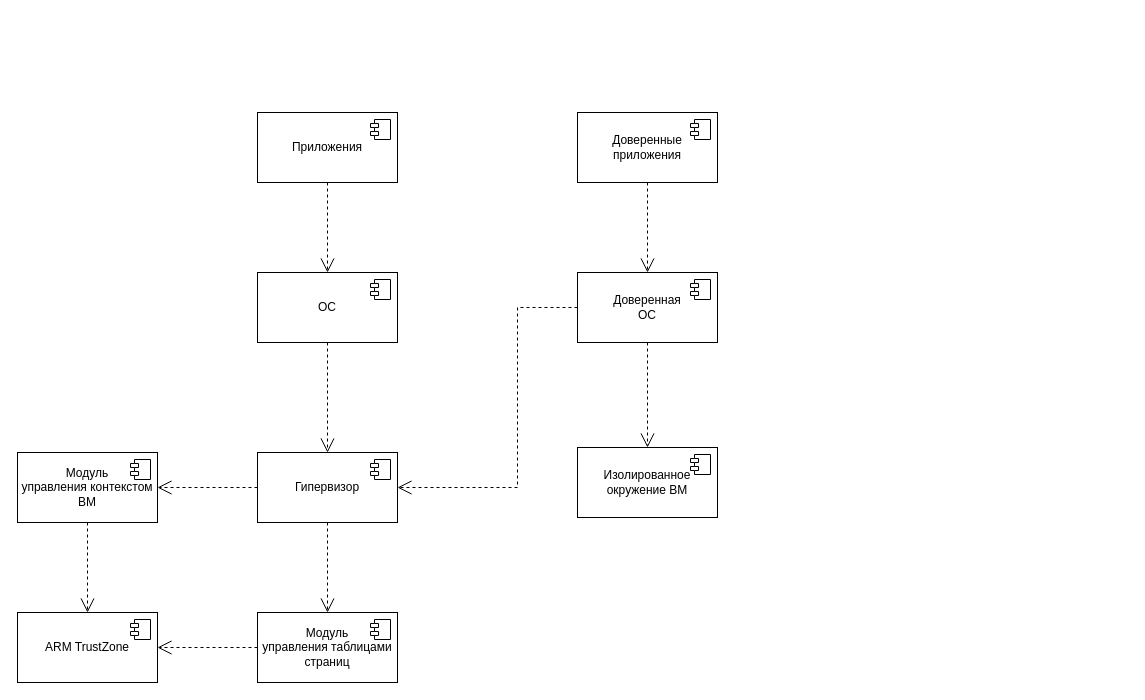
Above: docs/drawio/design-diagram-of-components.drawio in mRrvz/bmstu-masters-diploma (draw.io), before the change. Source tidied: cells renumbered, new cells numbered last; positions are measured from the earlier drawing's top-left corner, leaving out a move shared by most shapes. Both pictures are drawn from the tidied source at 100%, with x=0, y=0 at pixel (17, 112).
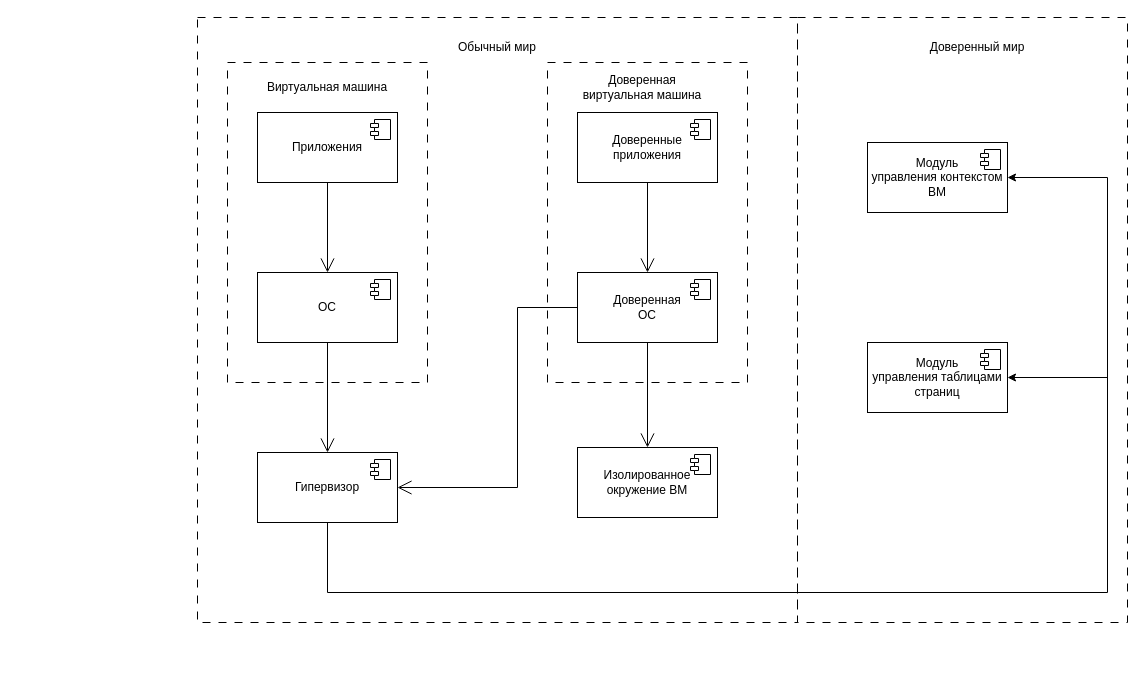
After the change.

Commit message (it also covers changes not shown here):
fix design components schema

Unchanged cells that the change refers to:
```xml
<mxCell id="5" value="Приложения" style="html=1;whiteSpace=wrap;" parent="1" vertex="1">
  <mxGeometry x="240" width="140" height="70" as="geometry" />
</mxCell>
<mxCell id="7" value="Доверенные приложения" style="html=1;whiteSpace=wrap;" parent="1" vertex="1">
  <mxGeometry x="560" width="140" height="70" as="geometry" />
</mxCell>
<mxCell id="9" value="Доверенная&lt;br&gt;ОС" style="html=1;whiteSpace=wrap;" parent="1" vertex="1">
  <mxGeometry x="560" y="160" width="140" height="70" as="geometry" />
</mxCell>
<mxCell id="11" value="ОС" style="html=1;whiteSpace=wrap;" parent="1" vertex="1">
  <mxGeometry x="240" y="160" width="140" height="70" as="geometry" />
</mxCell>
<mxCell id="13" value="Гипервизор" style="html=1;whiteSpace=wrap;" parent="1" vertex="1">
  <mxGeometry x="240" y="340" width="140" height="70" as="geometry" />
</mxCell>
<mxCell id="15" value="Изолированное окружение ВМ" style="html=1;whiteSpace=wrap;" parent="1" vertex="1">
  <mxGeometry x="560" y="335" width="140" height="70" as="geometry" />
</mxCell>
```

What changed in the source:
```diff
@@
+    <mxCell id="29" style="rounded=0;whiteSpace=wrap;html=1;fillColor=none;dashed=1;dashPattern=8 8;" parent="1" vertex="1">
+      <mxGeometry x="780" y="-95" width="330" height="605" as="geometry" />
+    </mxCell>
+    <mxCell id="30" style="rounded=0;whiteSpace=wrap;html=1;fillColor=none;dashed=1;dashPattern=8 8;" parent="1" vertex="1">
+      <mxGeometry x="530" y="-50" width="200" height="320" as="geometry" />
+    </mxCell>
+    <mxCell id="31" style="rounded=0;whiteSpace=wrap;html=1;fillColor=none;dashed=1;dashPattern=8 8;" parent="1" vertex="1">
+      <mxGeometry x="210" y="-50" width="200" height="320" as="geometry" />
+    </mxCell>
+    <mxCell id="32" style="rounded=0;whiteSpace=wrap;html=1;fillColor=none;dashed=1;dashPattern=8 8;" parent="1" vertex="1">
+      <mxGeometry x="180" y="-95" width="600" height="605" as="geometry" />
+    </mxCell>
-    <mxCell id="2" style="endArrow=open;endSize=12;dashed=1;html=1;rounded=0;exitX=0.5;exitY=1;exitDx=0;exitDy=0;entryX=0.5;entryY=0;entryDx=0;entryDy=0;" parent="1" edge="1" source="11" target="13">
+    <mxCell id="2" style="endArrow=open;endSize=12;html=1;rounded=0;exitX=0.5;exitY=1;exitDx=0;exitDy=0;entryX=0.5;entryY=0;entryDx=0;entryDy=0;" parent="1" edge="1" source="11" target="13">
       <mxGeometry relative="1" as="geometry" />
     </mxCell>
-    <mxCell id="3" style="endArrow=open;endSize=12;dashed=1;html=1;rounded=0;exitX=0.5;exitY=1;exitDx=0;exitDy=0;entryX=0.5;entryY=0;entryDx=0;entryDy=0;" parent="1" edge="1" source="5" target="11">
+    <mxCell id="3" style="endArrow=open;endSize=12;html=1;rounded=0;exitX=0.5;exitY=1;exitDx=0;exitDy=0;entryX=0.5;entryY=0;entryDx=0;entryDy=0;" parent="1" edge="1" source="5" target="11">
       <mxGeometry relative="1" as="geometry" />
     </mxCell>
-    <mxCell id="4" style="endArrow=open;endSize=12;dashed=1;html=1;rounded=0;exitX=0.5;exitY=1;exitDx=0;exitDy=0;entryX=0.5;entryY=0;entryDx=0;entryDy=0;" parent="1" edge="1" source="7" target="9">
+    <mxCell id="4" style="endArrow=open;endSize=12;html=1;rounded=0;exitX=0.5;exitY=1;exitDx=0;exitDy=0;entryX=0.5;entryY=0;entryDx=0;entryDy=0;" parent="1" edge="1" source="7" target="9">
       <mxGeometry relative="1" as="geometry" />
     </mxCell>
@@
-    <mxCell id="17" style="endArrow=open;endSize=12;dashed=1;html=1;rounded=0;exitX=0.5;exitY=1;exitDx=0;exitDy=0;entryX=0.5;entryY=0;entryDx=0;entryDy=0;" parent="1" edge="1" source="9" target="15">
+    <mxCell id="17" style="endArrow=open;endSize=12;html=1;rounded=0;exitX=0.5;exitY=1;exitDx=0;exitDy=0;entryX=0.5;entryY=0;entryDx=0;entryDy=0;" parent="1" edge="1" source="9" target="15">
       <mxGeometry relative="1" as="geometry" />
     </mxCell>
-    <mxCell id="18" style="endArrow=open;endSize=12;dashed=1;html=1;rounded=0;exitX=0;exitY=0.5;exitDx=0;exitDy=0;entryX=1;entryY=0.5;entryDx=0;entryDy=0;" parent="1" edge="1" source="9" target="13">
+    <mxCell id="18" style="endArrow=open;endSize=12;html=1;rounded=0;exitX=0;exitY=0.5;exitDx=0;exitDy=0;entryX=1;entryY=0.5;entryDx=0;entryDy=0;" parent="1" edge="1" source="9" target="13">
       <mxGeometry relative="1" as="geometry">
         <Array as="points">
           <mxPoint x="500" y="195" />
           <mxPoint x="500" y="375" />
         </Array>
       </mxGeometry>
     </mxCell>
     <mxCell id="19" value="Модуль&lt;br&gt; управления таблицами страниц" style="html=1;whiteSpace=wrap;" parent="1" vertex="1">
-      <mxGeometry x="240" y="500" width="140" height="70" as="geometry" />
+      <mxGeometry x="850" y="230" width="140" height="70" as="geometry" />
     </mxCell>
@@
     <mxCell id="21" value="Модуль&lt;br&gt; управления контекстом ВМ" style="html=1;whiteSpace=wrap;" parent="1" vertex="1">
-      <mxGeometry y="340" width="140" height="70" as="geometry" />
+      <mxGeometry x="850" y="30" width="140" height="70" as="geometry" />
     </mxCell>
@@
-    <mxCell id="23" style="endArrow=open;endSize=12;dashed=1;html=1;rounded=0;exitX=0;exitY=0.5;exitDx=0;exitDy=0;entryX=1;entryY=0.5;entryDx=0;entryDy=0;" parent="1" edge="1" source="13" target="21">
-      <mxGeometry relative="1" as="geometry" />
-    </mxCell>
-    <mxCell id="24" style="endArrow=open;endSize=12;dashed=1;html=1;rounded=0;exitX=0.5;exitY=1;exitDx=0;exitDy=0;entryX=0.5;entryY=0;entryDx=0;entryDy=0;" parent="1" edge="1" source="13" target="19">
-      <mxGeometry relative="1" as="geometry" />
-    </mxCell>
-    <mxCell id="25" value="ARM TrustZone" style="html=1;whiteSpace=wrap;" parent="1" vertex="1">
-      <mxGeometry y="500" width="140" height="70" as="geometry" />
-    </mxCell>
-    <mxCell id="26" style="shape=module;jettyWidth=8;jettyHeight=4;" parent="25" vertex="1">
-      <mxGeometry x="1" width="20" height="20" relative="1" as="geometry">
-        <mxPoint x="-27" y="7" as="offset" />
-      </mxGeometry>
-    </mxCell>
-    <mxCell id="27" style="endArrow=open;endSize=12;dashed=1;html=1;rounded=0;exitX=0;exitY=0.5;exitDx=0;exitDy=0;entryX=1;entryY=0.5;entryDx=0;entryDy=0;" parent="1" edge="1" source="19" target="25">
-      <mxGeometry relative="1" as="geometry" />
-    </mxCell>
-    <mxCell id="28" style="endArrow=open;endSize=12;dashed=1;html=1;rounded=0;exitX=0.5;exitY=1;exitDx=0;exitDy=0;entryX=0.5;entryY=0;entryDx=0;entryDy=0;" parent="1" edge="1" source="21" target="25">
-      <mxGeometry relative="1" as="geometry" />
-    </mxCell>
+    <mxCell id="33" value="Виртуальная машина" style="text;html=1;align=center;verticalAlign=middle;whiteSpace=wrap;rounded=0;" parent="1" vertex="1">
+      <mxGeometry x="240" y="-40" width="140" height="30" as="geometry" />
+    </mxCell>
+    <mxCell id="34" value="Доверенная виртуальная машина" style="text;html=1;align=center;verticalAlign=middle;whiteSpace=wrap;rounded=0;" parent="1" vertex="1">
+      <mxGeometry x="555" y="-40" width="140" height="30" as="geometry" />
+    </mxCell>
+    <mxCell id="35" style="endArrow=none;html=1;rounded=0;entryX=0.5;entryY=1;entryDx=0;entryDy=0;" parent="1" edge="1" target="13">
+      <mxGeometry relative="1" as="geometry">
+        <mxPoint x="310" y="480" as="sourcePoint" />
+      </mxGeometry>
+    </mxCell>
+    <mxCell id="36" style="endArrow=none;html=1;rounded=0;" parent="1" edge="1">
+      <mxGeometry relative="1" as="geometry">
+        <mxPoint x="310" y="480" as="sourcePoint" />
+        <mxPoint x="1090" y="480" as="targetPoint" />
+      </mxGeometry>
+    </mxCell>
+    <mxCell id="37" style="endArrow=none;html=1;rounded=0;" parent="1" edge="1">
+      <mxGeometry relative="1" as="geometry">
+        <mxPoint x="1090" y="65" as="sourcePoint" />
+        <mxPoint x="1090" y="480" as="targetPoint" />
+      </mxGeometry>
+    </mxCell>
+    <mxCell id="38" style="endArrow=classic;html=1;rounded=0;entryX=1;entryY=0.5;entryDx=0;entryDy=0;" parent="1" edge="1" target="21">
+      <mxGeometry relative="1" as="geometry">
+        <mxPoint x="1090" y="65" as="sourcePoint" />
+      </mxGeometry>
+    </mxCell>
+    <mxCell id="39" style="endArrow=classic;html=1;rounded=0;entryX=1;entryY=0.5;entryDx=0;entryDy=0;" parent="1" edge="1" target="19">
+      <mxGeometry relative="1" as="geometry">
+        <mxPoint x="1090" y="265" as="sourcePoint" />
+      </mxGeometry>
+    </mxCell>
+    <mxCell id="40" value="Обычный мир" style="text;html=1;align=center;verticalAlign=middle;whiteSpace=wrap;rounded=0;" parent="1" vertex="1">
+      <mxGeometry x="435" y="-80" width="90" height="30" as="geometry" />
+    </mxCell>
+    <mxCell id="41" value="Доверенный мир" style="text;html=1;align=center;verticalAlign=middle;whiteSpace=wrap;rounded=0;" parent="1" vertex="1">
+      <mxGeometry x="900" y="-80" width="120" height="30" as="geometry" />
+    </mxCell>
```
